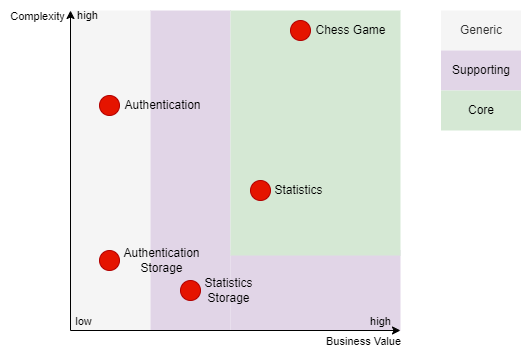
Before: docs/resources/images/domain-analysis/domain-chart.drawio.png, a diagram exported from draw.io (ldss-project/docs). Source tidied: cells renumbered, new cells last; positions are measured from the earlier drawing's top-left corner, leaving out a move shared by most shapes.
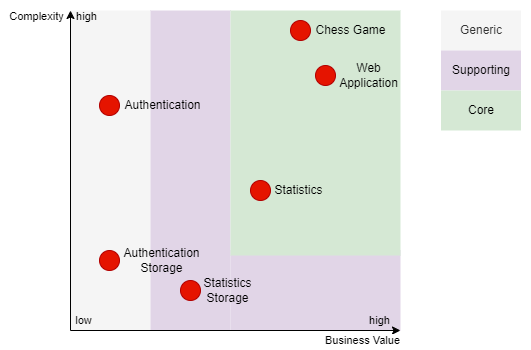
After the change.

Commit message:
docs: add domain chart description in the domain analysis section

Diff of the diagram source:
```diff
@@ -87,5 +87,11 @@
     <mxCell id="26" value="Statistics&lt;br&gt;Storage" style="text;html=1;align=center;verticalAlign=middle;strokeColor=none;fillColor=none;" parent="1" vertex="1">
       <mxGeometry x="242.5" y="270" width="70" height="40" as="geometry" />
     </mxCell>
+    <mxCell id="27" style="ellipse;whiteSpace=wrap;html=1;fillColor=#e51400;fontColor=#ffffff;strokeColor=#B20000;" parent="1" vertex="1">
+      <mxGeometry x="365" y="65" width="20" height="20" as="geometry" />
+    </mxCell>
+    <mxCell id="28" value="Web&lt;br&gt;Application" style="text;html=1;align=center;verticalAlign=middle;strokeColor=none;fillColor=none;" parent="1" vertex="1">
+      <mxGeometry x="378" y="55" width="80" height="40" as="geometry" />
+    </mxCell>
   </root>
 </mxGraphModel>
```
